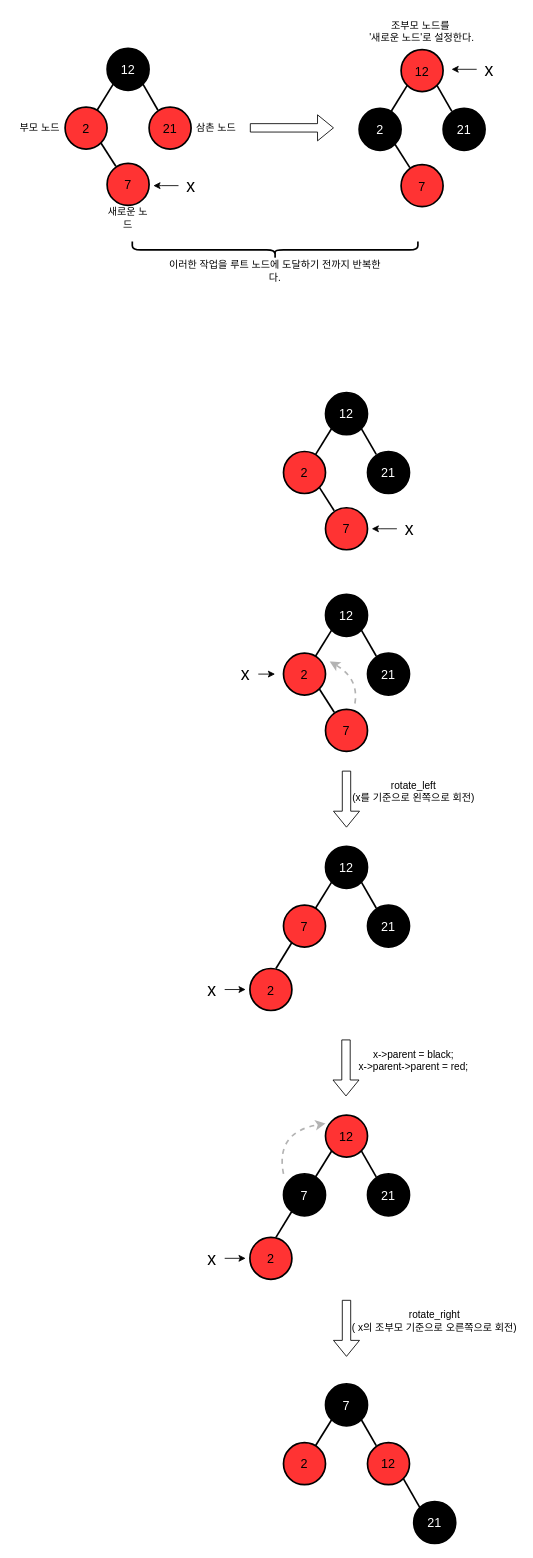
Earlier version of the draw.io diagram page "rb_tree_rebalance" (8 of 13) of ft_containers.drawio (khk811/ft_containers). Source tidied: cells renumbered, new cells numbered last; positions are measured from the earlier drawing's top-left corner, leaving out a move shared by most shapes. Both pictures are drawn from the tidied source at 84%, with x=0, y=0 at pixel (14, 14).
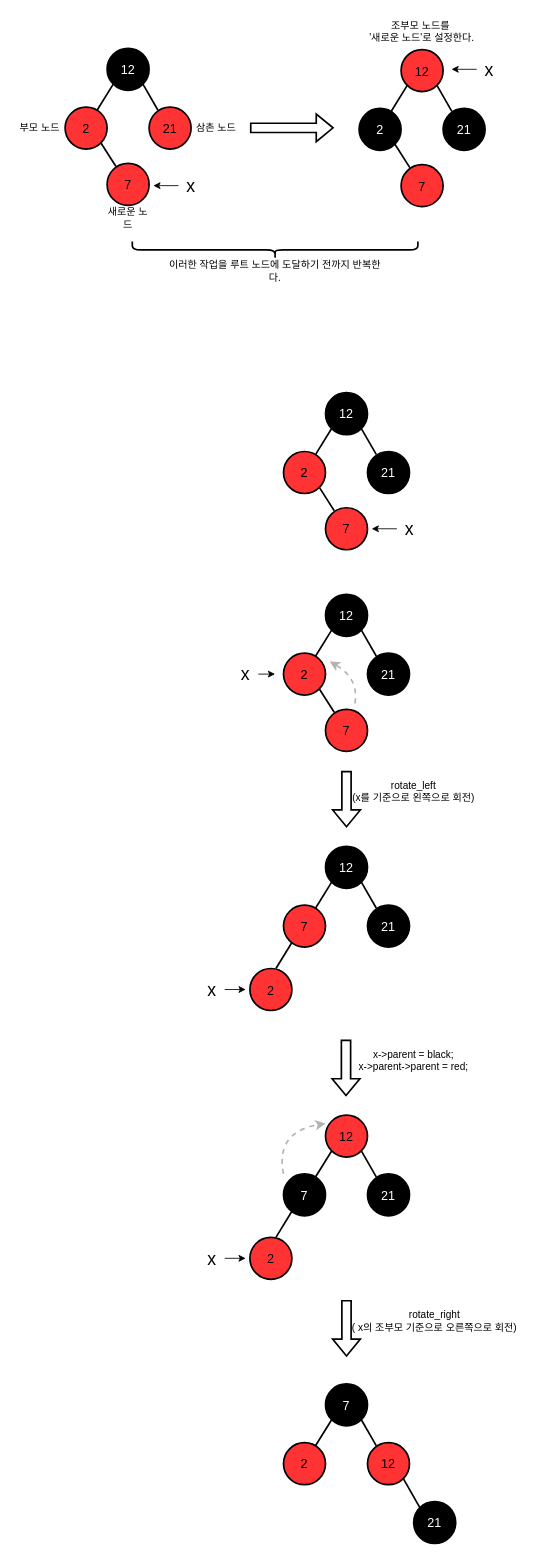
The same page after the edit.

Diff of the diagram source:
```diff
@@
-    <mxCell id="19" style="shape=flexArrow;endArrow=classic;html=1;rounded=0;" parent="1" edge="1">
+    <mxCell id="19" style="shape=flexArrow;endArrow=classic;html=1;rounded=0;strokeWidth=2;" parent="1" edge="1">
       <mxGeometry relative="1" as="geometry">
         <mxPoint x="280" y="134.7" as="sourcePoint" />
         <mxPoint x="380" y="134.7" as="targetPoint" />
       </mxGeometry>
     </mxCell>
@@
-    <mxCell id="34" style="shape=flexArrow;endArrow=classic;html=1;rounded=0;" parent="1" edge="1">
+    <mxCell id="34" style="shape=flexArrow;endArrow=classic;html=1;rounded=0;strokeWidth=2;" parent="1" edge="1">
       <mxGeometry relative="1" as="geometry">
         <mxPoint x="395" y="900" as="sourcePoint" />
         <mxPoint x="395" y="967.7" as="targetPoint" />
       </mxGeometry>
     </mxCell>
@@
-    <mxCell id="57" style="shape=flexArrow;endArrow=classic;html=1;rounded=0;" parent="1" edge="1">
+    <mxCell id="57" style="shape=flexArrow;endArrow=classic;html=1;rounded=0;strokeWidth=2;" parent="1" edge="1">
       <mxGeometry relative="1" as="geometry">
         <mxPoint x="394.4" y="1220" as="sourcePoint" />
         <mxPoint x="394.4" y="1287.7" as="targetPoint" />
       </mxGeometry>
     </mxCell>
@@
-    <mxCell id="69" style="shape=flexArrow;endArrow=classic;html=1;rounded=0;" parent="1" edge="1">
+    <mxCell id="69" style="shape=flexArrow;endArrow=classic;html=1;rounded=0;strokeWidth=2;" parent="1" edge="1">
       <mxGeometry relative="1" as="geometry">
         <mxPoint x="395" y="1530" as="sourcePoint" />
         <mxPoint x="395" y="1597.7" as="targetPoint" />
       </mxGeometry>
     </mxCell>
```
